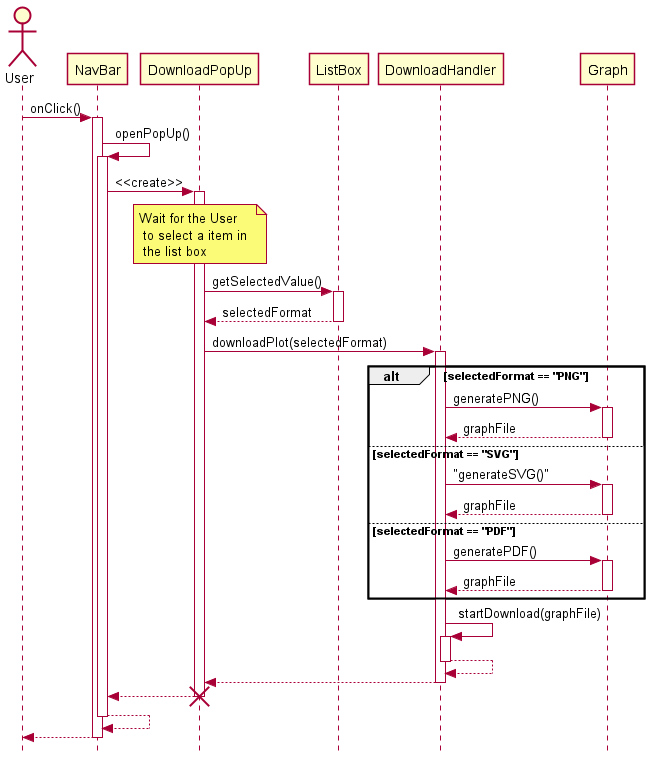
The PlantUML diagram DesignPhase/UML/sequence-diagrams/download-plot/download_plot_sequence_diagram.png in EOSC-synergy/o3webapp, before a commit. Its diagram source:
```plantuml
@startuml
skinparam style strictuml

actor User

User -> NavBar: onClick()
activate NavBar
NavBar -> NavBar: openPopUp()
activate NavBar
NavBar -> DownloadPopUp: <<create>>
activate DownloadPopUp
note over DownloadPopUp: Wait for the User \n to select a item in \n the list box
DownloadPopUp -> ListBox: getSelectedValue()
activate ListBox
DownloadPopUp <-- ListBox: selectedFormat
deactivate ListBox
DownloadPopUp -> DownloadHandler: downloadPlot(selectedFormat)
activate DownloadHandler
alt selectedFormat == "PNG"

	DownloadHandler -> Graph: generatePNG()
	activate Graph
	DownloadHandler <-- Graph: graphFile
	deactivate Graph

else selectedFormat == "SVG"

	DownloadHandler -> Graph: "generateSVG()"
	activate Graph
	DownloadHandler <-- Graph: graphFile
	deactivate Graph

else selectedFormat == "PDF"

	DownloadHandler -> Graph: generatePDF()
	activate Graph
	DownloadHandler <-- Graph: graphFile
	deactivate Graph

end
DownloadHandler -> DownloadHandler: startDownload(graphFile)
activate DownloadHandler
DownloadHandler --> DownloadHandler
deactivate DownloadHandler
DownloadPopUp <-- DownloadHandler
deactivate DownloadHandler
NavBar <-- DownloadPopUp
deactivate DownloadPopUp
destroy DownloadPopUp
NavBar --> NavBar
deactivate NavBar

User <-- NavBar
deactivate NavBar

@enduml
```
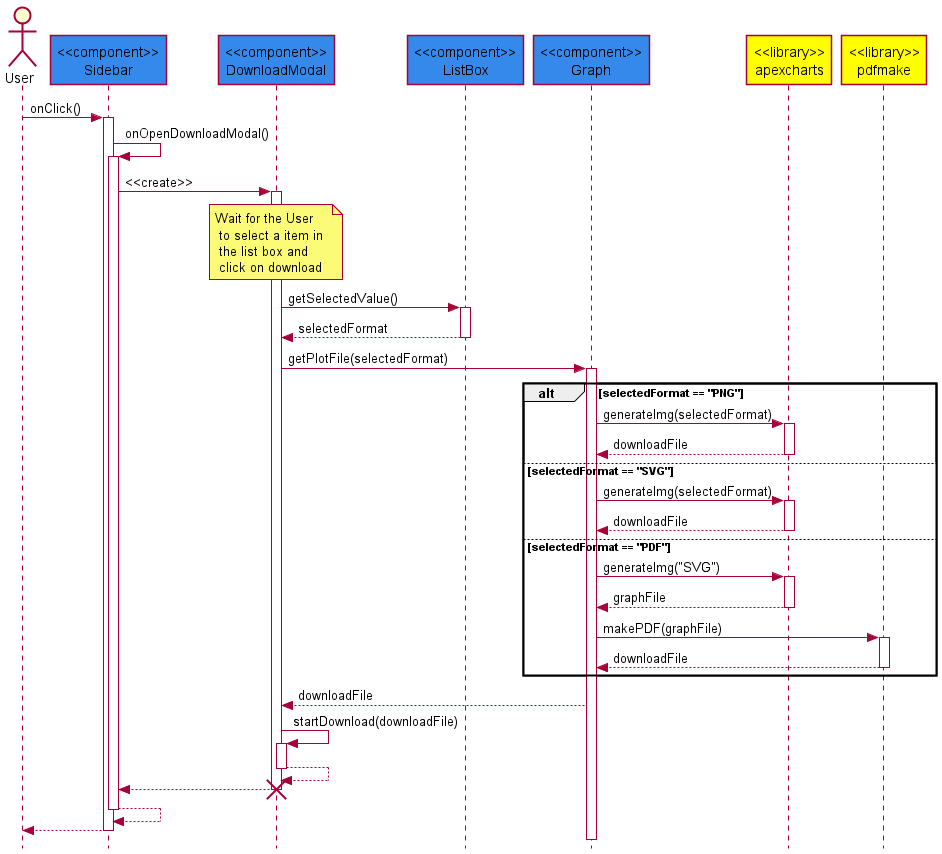
The same diagram one commit later.

Commit message:
Updated the 'Download Plot' sequence diagram

Diff of the diagram source:
```diff
@@ -2,48 +2,61 @@
 skinparam style strictuml
 
 actor User
+participant "<<component>>\nSidebar" as NavBar #3489eb
+participant "<<component>>\nDownloadModal" as DownloadPopUp #3489eb
+participant "<<component>>\nListBox" as ListBox #3489eb
+participant "<<component>>\nGraph" as Graph #3489eb
+participant "<<library>>\napexcharts" as apexcharts #ffff00
+participant "<<library>>\npdfmake" as pdfmake #ffff00
 
 User -> NavBar: onClick()
 activate NavBar
-NavBar -> NavBar: openPopUp()
+NavBar -> NavBar: onOpenDownloadModal()
 activate NavBar
 NavBar -> DownloadPopUp: <<create>>
 activate DownloadPopUp
-note over DownloadPopUp: Wait for the User \n to select a item in \n the list box
+note over DownloadPopUp: Wait for the User \n to select a item in \n the list box and \n click on download
 DownloadPopUp -> ListBox: getSelectedValue()
 activate ListBox
 DownloadPopUp <-- ListBox: selectedFormat
 deactivate ListBox
-DownloadPopUp -> DownloadHandler: downloadPlot(selectedFormat)
-activate DownloadHandler
+DownloadPopUp -> Graph: getPlotFile(selectedFormat)
+activate Graph
 alt selectedFormat == "PNG"
 
-	DownloadHandler -> Graph: generatePNG()
-	activate Graph
-	DownloadHandler <-- Graph: graphFile
-	deactivate Graph
+	Graph -> apexcharts: generateImg(selectedFormat)
+	activate apexcharts
+	Graph <-- apexcharts: downloadFile
+	deactivate apexcharts
 
 else selectedFormat == "SVG"
 
-	DownloadHandler -> Graph: "generateSVG()"
-	activate Graph
-	DownloadHandler <-- Graph: graphFile
-	deactivate Graph
+	Graph -> apexcharts: generateImg(selectedFormat)
+	activate apexcharts
+	Graph <-- apexcharts: downloadFile
+	deactivate apexcharts
 
 else selectedFormat == "PDF"
 
-	DownloadHandler -> Graph: generatePDF()
-	activate Graph
-	DownloadHandler <-- Graph: graphFile
-	deactivate Graph
+	Graph -> apexcharts: generateImg("SVG")
+	activate apexcharts
+	Graph <-- apexcharts: graphFile
+	deactivate apexcharts
+	Graph -> pdfmake: makePDF(graphFile)
+	activate pdfmake
+	Graph <-- pdfmake: downloadFile
+	deactivate pdfmake
+
+
 
 end
-DownloadHandler -> DownloadHandler: startDownload(graphFile)
-activate DownloadHandler
-DownloadHandler --> DownloadHandler
-deactivate DownloadHandler
-DownloadPopUp <-- DownloadHandler
-deactivate DownloadHandler
+
+DownloadPopUp <-- Graph: downloadFile
+DownloadPopUp -> DownloadPopUp: startDownload(downloadFile)
+activate DownloadPopUp
+DownloadPopUp --> DownloadPopUp
+deactivate DownloadPopUp
+
 NavBar <-- DownloadPopUp
 deactivate DownloadPopUp
 destroy DownloadPopUp
```
